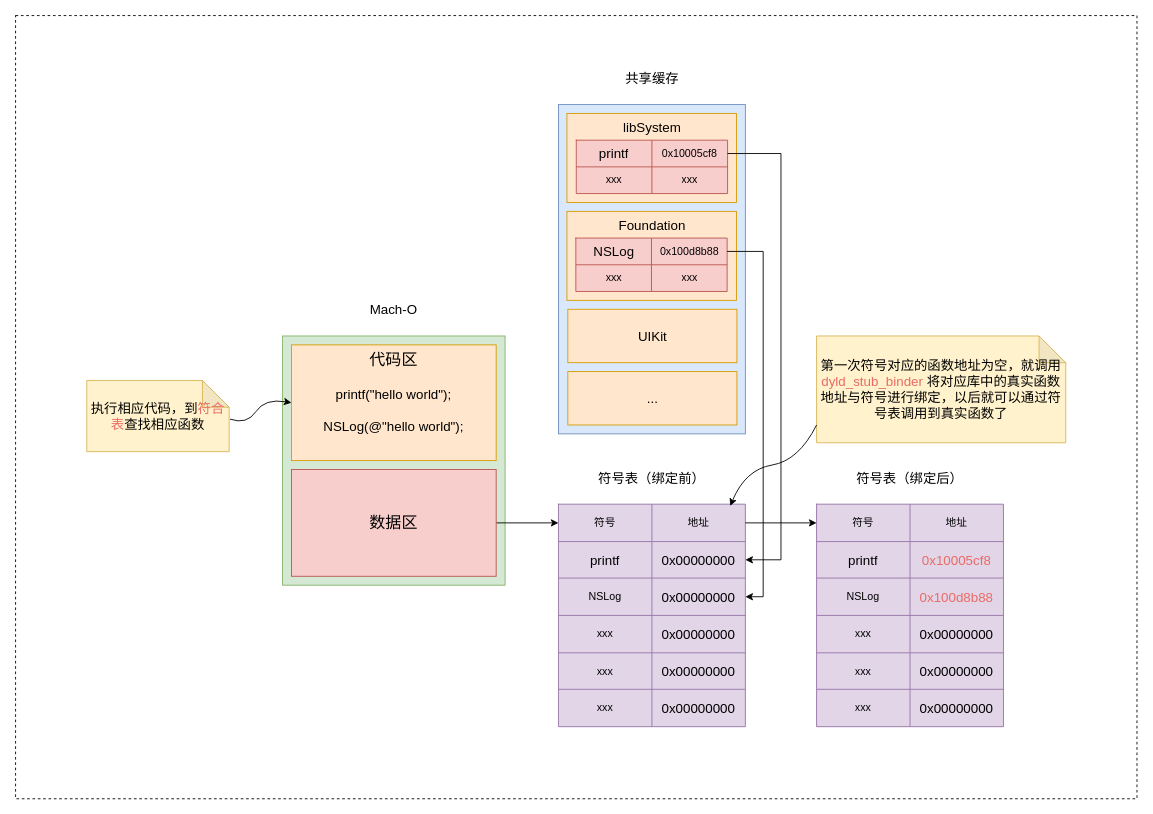
Before: 符号绑定说明.drawio in star-j/Flowchart, a draw.io diagram. Source tidied: cells renumbered, new cells numbered last; positions are measured from the earlier drawing's top-left corner, leaving out a move shared by most shapes. Both pictures are drawn from the tidied source at 89%, with x=0, y=0 at pixel (15, 15).
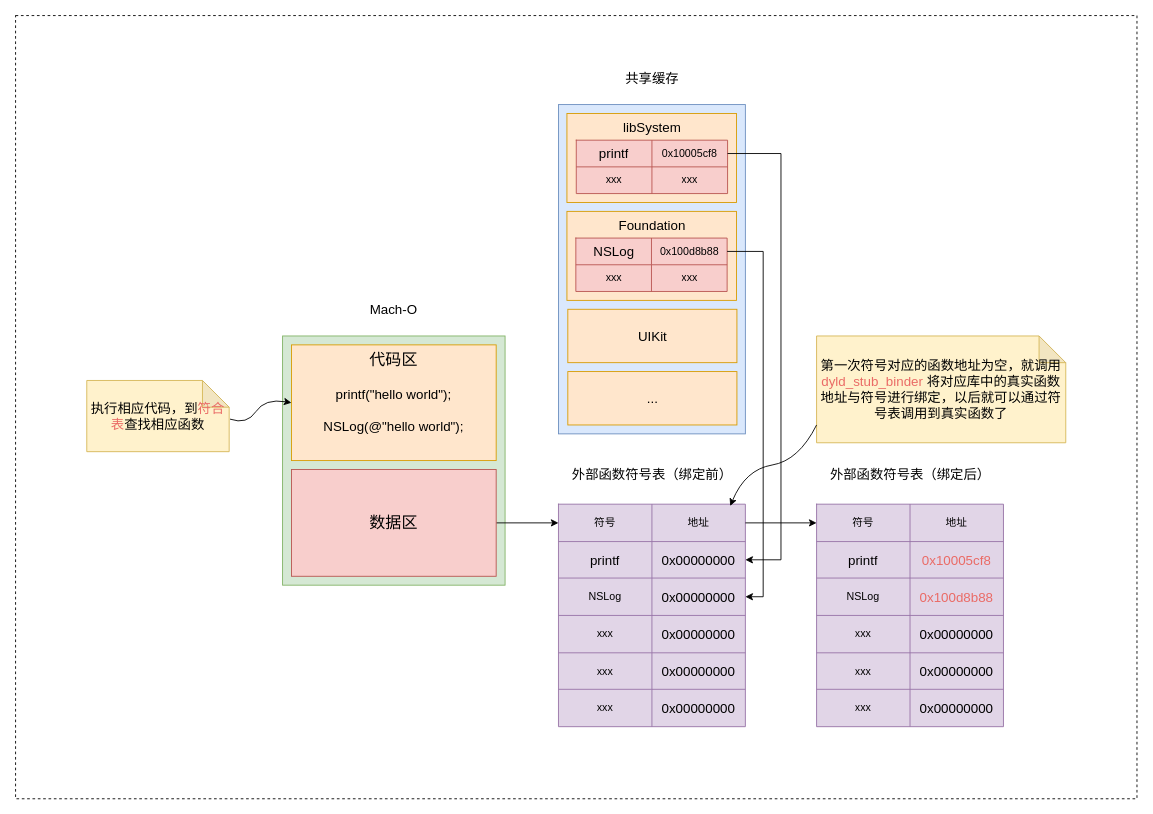
The same diagram, later.

Commit message (it also covers changes not shown here):
Update 符号绑定说明.drawio

Change to the diagram source:
```diff
@@
-    <mxCell id="12" value="符号表（绑定前）" style="text;html=1;strokeColor=none;fillColor=none;align=center;verticalAlign=middle;whiteSpace=wrap;rounded=0;fontSize=15;" parent="1" vertex="1">
-      <mxGeometry x="645" y="510" width="140" height="20" as="geometry" />
+    <mxCell id="12" value="外部函数符号表（绑定前）" style="text;html=1;strokeColor=none;fillColor=none;align=center;verticalAlign=middle;whiteSpace=wrap;rounded=0;fontSize=15;" parent="1" vertex="1">
+      <mxGeometry x="623" y="505" width="185" height="20" as="geometry" />
     </mxCell>
@@
-    <mxCell id="48" value="符号表（绑定后）" style="text;html=1;strokeColor=none;fillColor=none;align=center;verticalAlign=middle;whiteSpace=wrap;rounded=0;fontSize=15;" parent="1" vertex="1">
-      <mxGeometry x="935" y="515" width="140" height="10" as="geometry" />
-    </mxCell>
@@
+    <mxCell id="75" value="外部函数符号表（绑定后）" style="text;html=1;strokeColor=none;fillColor=none;align=center;verticalAlign=middle;whiteSpace=wrap;rounded=0;fontSize=15;" parent="1" vertex="1">
+      <mxGeometry x="912.5" y="505" width="185" height="20" as="geometry" />
+    </mxCell>
```
